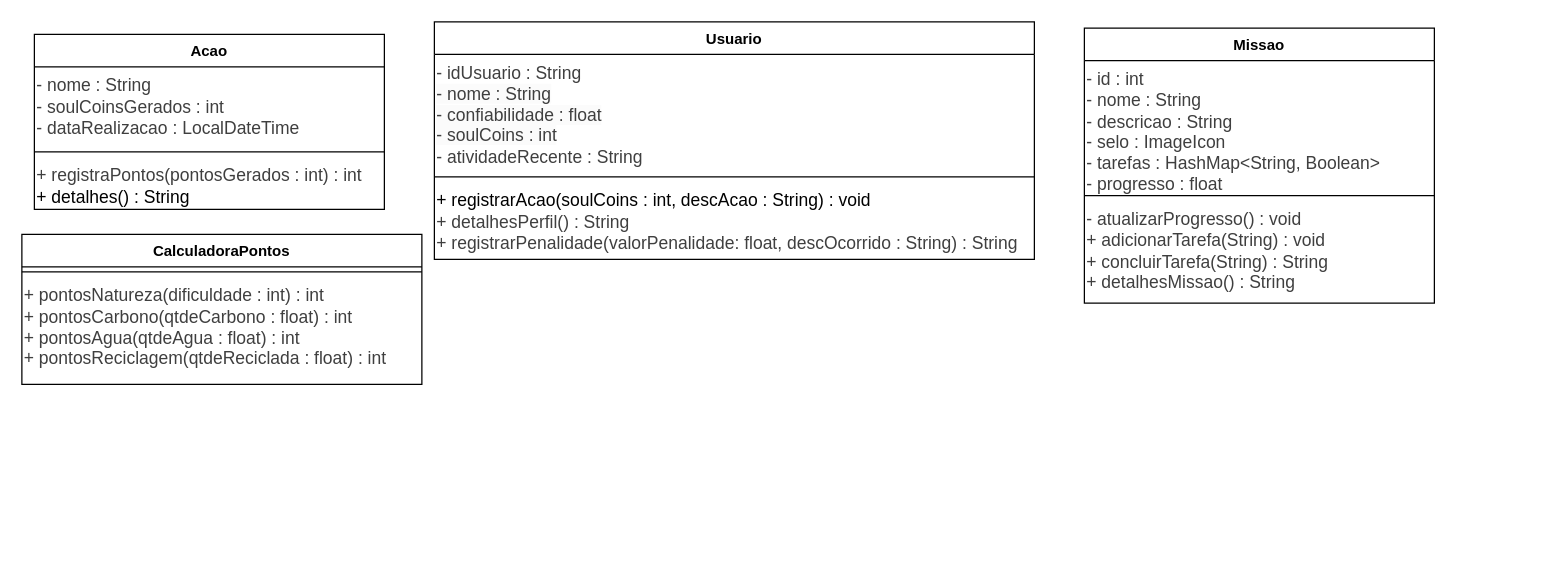
SolConTech/ecoscore-java-db keeps this draw.io diagram as diagrams/diagrama-classes.drawio. Above is the earlier version. Source tidied: cells renumbered, new cells numbered last; positions are measured from the earlier drawing's top-left corner, leaving out a move shared by most shapes. Both pictures are drawn from the tidied source at 125%, with x=0, y=0 at pixel (21, 21).
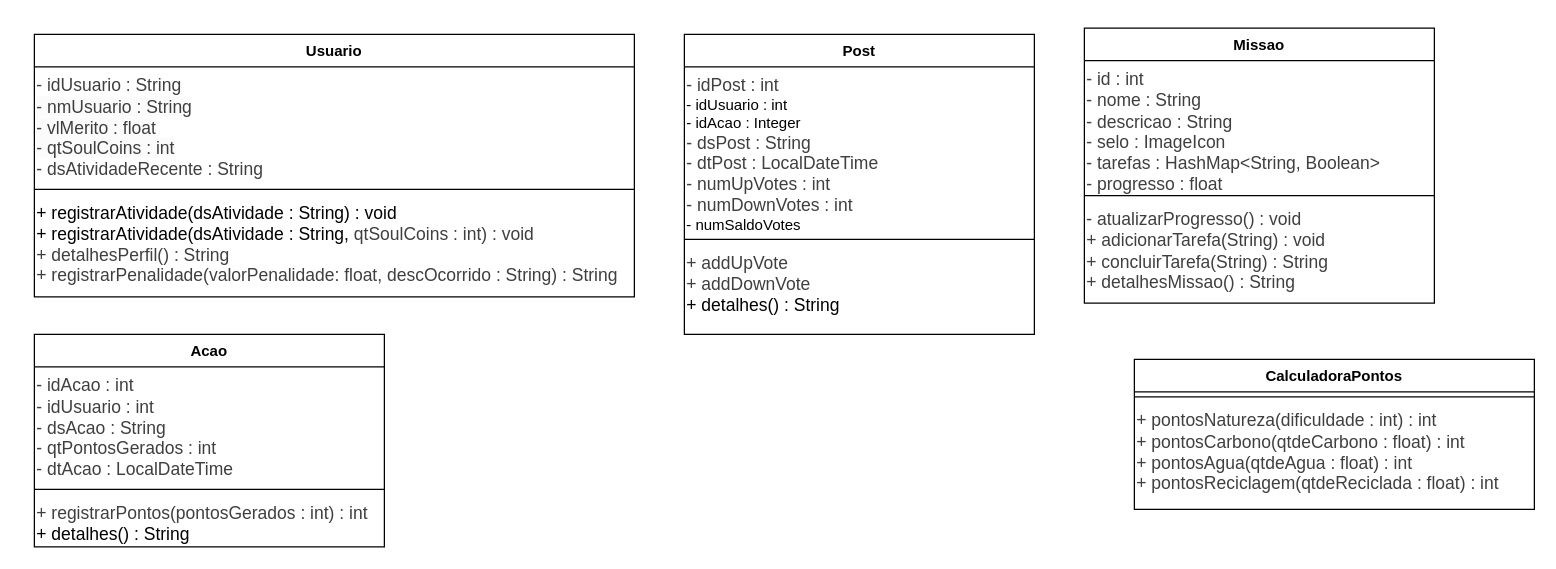
The same diagram, later.

What changed in the source:
```diff
@@
     <mxCell id="2" value="Usuario" style="swimlane;fontStyle=1;align=center;verticalAlign=top;horizontal=1;startSize=26;whiteSpace=wrap;html=1;" parent="1" vertex="1">
-      <mxGeometry x="330" width="480" height="190" as="geometry" />
+      <mxGeometry x="10" y="10" width="480" height="210" as="geometry" />
     </mxCell>
-    <mxCell id="3" value="&lt;div&gt;&lt;span style=&quot;color: rgb(63, 63, 63); font-size: 14px;&quot;&gt;- idUsuario : String&lt;/span&gt;&lt;span style=&quot;background-color: light-dark(#ffffff, var(--ge-dark-color, #121212));&quot;&gt;&lt;span style=&quot;color: rgb(63, 63, 63); font-family: Helvetica; font-size: 14px; font-style: normal; font-variant-ligatures: normal; font-variant-caps: normal; letter-spacing: normal; orphans: 2; text-align: -webkit-left; text-indent: 0px; text-transform: none; widows: 2; word-spacing: 0px; -webkit-text-stroke-width: 0px; white-space: normal; text-decoration-thickness: initial; text-decoration-style: initial; text-decoration-color: initial; float: none; background-color: rgb(251, 251, 251); display: inline !important;&quot;&gt;&lt;/span&gt;&lt;/span&gt;&lt;/div&gt;&lt;span style=&quot;background-color: light-dark(#ffffff, var(--ge-dark-color, #121212));&quot;&gt;&lt;span style=&quot;color: rgb(63, 63, 63); font-family: Helvetica; font-size: 14px; font-style: normal; font-variant-ligatures: normal; font-variant-caps: normal; letter-spacing: normal; orphans: 2; text-align: -webkit-left; text-indent: 0px; text-transform: none; widows: 2; word-spacing: 0px; -webkit-text-stroke-width: 0px; white-space: normal; text-decoration-thickness: initial; text-decoration-style: initial; text-decoration-color: initial; float: none; background-color: rgb(251, 251, 251); display: inline !important;&quot;&gt;- nome : String&lt;/span&gt;&lt;br style=&quot;forced-color-adjust: none; color: rgb(63, 63, 63); scrollbar-color: rgb(226, 226, 226) rgb(251, 251, 251); font-family: Helvetica; font-size: 14px; font-style: normal; font-variant-ligatures: normal; font-variant-caps: normal; letter-spacing: normal; orphans: 2; text-align: -webkit-left; text-indent: 0px; text-transform: none; widows: 2; word-spacing: 0px; -webkit-text-stroke-width: 0px; white-space: normal; text-decoration-thickness: initial; text-decoration-style: initial; text-decoration-color: initial; background-color: rgb(251, 251, 251);&quot;&gt;&lt;span style=&quot;color: rgb(63, 63, 63); font-family: Helvetica; font-size: 14px; font-style: normal; font-variant-ligatures: normal; font-variant-caps: normal; letter-spacing: normal; orphans: 2; text-align: -webkit-left; text-indent: 0px; text-transform: none; widows: 2; word-spacing: 0px; -webkit-text-stroke-width: 0px; white-space: normal; text-decoration-thickness: initial; text-decoration-style: initial; text-decoration-color: initial; float: none; background-color: rgb(251, 251, 251); display: inline !important;&quot;&gt;- confiabilidade : float&lt;/span&gt;&lt;br style=&quot;forced-color-adjust: none; color: rgb(63, 63, 63); scrollbar-color: rgb(226, 226, 226) rgb(251, 251, 251); font-family: Helvetica; font-size: 14px; font-style: normal; font-variant-ligatures: normal; font-variant-caps: normal; letter-spacing: normal; orphans: 2; text-align: -webkit-left; text-indent: 0px; text-transform: none; widows: 2; word-spacing: 0px; -webkit-text-stroke-width: 0px; white-space: normal; text-decoration-thickness: initial; text-decoration-style: initial; text-decoration-color: initial; background-color: rgb(251, 251, 251);&quot;&gt;&lt;span style=&quot;color: rgb(63, 63, 63); font-family: Helvetica; font-size: 14px; font-style: normal; font-variant-ligatures: normal; font-variant-caps: normal; letter-spacing: normal; orphans: 2; text-align: -webkit-left; text-indent: 0px; text-transform: none; widows: 2; word-spacing: 0px; -webkit-text-stroke-width: 0px; white-space: normal; text-decoration-thickness: initial; text-decoration-style: initial; text-decoration-color: initial; float: none; background-color: rgb(251, 251, 251); display: inline !important;&quot;&gt;- soulCoins : int&lt;/span&gt;&lt;/span&gt;&lt;div&gt;&lt;div&gt;&lt;span style=&quot;color: rgb(63, 63, 63); font-family: Helvetica; font-size: 14px; font-style: normal; font-variant-ligatures: normal; font-variant-caps: normal; letter-spacing: normal; orphans: 2; text-align: -webkit-left; text-indent: 0px; text-transform: none; widows: 2; word-spacing: 0px; -webkit-text-stroke-width: 0px; white-space: normal; text-decoration-thickness: initial; text-decoration-style: initial; text-decoration-color: initial; float: none; background-color: light-dark(#ffffff, var(--ge-dark-color, #121212)); display: inline !important;&quot;&gt;- atividadeRecente : String&lt;/span&gt;&lt;/div&gt;&lt;/div&gt;" style="text;whiteSpace=wrap;html=1;" parent="2" vertex="1">
+    <mxCell id="3" value="&lt;div&gt;&lt;span style=&quot;color: rgb(63, 63, 63); font-size: 14px;&quot;&gt;- idUsuario : String&lt;/span&gt;&lt;span style=&quot;background-color: light-dark(#ffffff, var(--ge-dark-color, #121212));&quot;&gt;&lt;span style=&quot;color: rgb(63, 63, 63); font-family: Helvetica; font-size: 14px; font-style: normal; font-variant-ligatures: normal; font-variant-caps: normal; letter-spacing: normal; orphans: 2; text-align: -webkit-left; text-indent: 0px; text-transform: none; widows: 2; word-spacing: 0px; -webkit-text-stroke-width: 0px; white-space: normal; text-decoration-thickness: initial; text-decoration-style: initial; text-decoration-color: initial; float: none; background-color: rgb(251, 251, 251); display: inline !important;&quot;&gt;&lt;/span&gt;&lt;/span&gt;&lt;/div&gt;&lt;span style=&quot;background-color: light-dark(#ffffff, var(--ge-dark-color, #121212));&quot;&gt;&lt;span style=&quot;color: rgb(63, 63, 63); font-family: Helvetica; font-size: 14px; font-style: normal; font-variant-ligatures: normal; font-variant-caps: normal; letter-spacing: normal; orphans: 2; text-align: -webkit-left; text-indent: 0px; text-transform: none; widows: 2; word-spacing: 0px; -webkit-text-stroke-width: 0px; white-space: normal; text-decoration-thickness: initial; text-decoration-style: initial; text-decoration-color: initial; float: none; background-color: rgb(251, 251, 251); display: inline !important;&quot;&gt;- nmUsuario : String&lt;/span&gt;&lt;br style=&quot;forced-color-adjust: none; color: rgb(63, 63, 63); scrollbar-color: rgb(226, 226, 226) rgb(251, 251, 251); font-family: Helvetica; font-size: 14px; font-style: normal; font-variant-ligatures: normal; font-variant-caps: normal; letter-spacing: normal; orphans: 2; text-align: -webkit-left; text-indent: 0px; text-transform: none; widows: 2; word-spacing: 0px; -webkit-text-stroke-width: 0px; white-space: normal; text-decoration-thickness: initial; text-decoration-style: initial; text-decoration-color: initial; background-color: rgb(251, 251, 251);&quot;&gt;&lt;span style=&quot;color: rgb(63, 63, 63); font-family: Helvetica; font-size: 14px; font-style: normal; font-variant-ligatures: normal; font-variant-caps: normal; letter-spacing: normal; orphans: 2; text-align: -webkit-left; text-indent: 0px; text-transform: none; widows: 2; word-spacing: 0px; -webkit-text-stroke-width: 0px; white-space: normal; text-decoration-thickness: initial; text-decoration-style: initial; text-decoration-color: initial; float: none; background-color: rgb(251, 251, 251); display: inline !important;&quot;&gt;- vlMerito : float&lt;/span&gt;&lt;br style=&quot;forced-color-adjust: none; color: rgb(63, 63, 63); scrollbar-color: rgb(226, 226, 226) rgb(251, 251, 251); font-family: Helvetica; font-size: 14px; font-style: normal; font-variant-ligatures: normal; font-variant-caps: normal; letter-spacing: normal; orphans: 2; text-align: -webkit-left; text-indent: 0px; text-transform: none; widows: 2; word-spacing: 0px; -webkit-text-stroke-width: 0px; white-space: normal; text-decoration-thickness: initial; text-decoration-style: initial; text-decoration-color: initial; background-color: rgb(251, 251, 251);&quot;&gt;&lt;span style=&quot;color: rgb(63, 63, 63); font-family: Helvetica; font-size: 14px; font-style: normal; font-variant-ligatures: normal; font-variant-caps: normal; letter-spacing: normal; orphans: 2; text-align: -webkit-left; text-indent: 0px; text-transform: none; widows: 2; word-spacing: 0px; -webkit-text-stroke-width: 0px; white-space: normal; text-decoration-thickness: initial; text-decoration-style: initial; text-decoration-color: initial; float: none; background-color: rgb(251, 251, 251); display: inline !important;&quot;&gt;- qtSoulCoins : int&lt;/span&gt;&lt;/span&gt;&lt;div&gt;&lt;div&gt;&lt;span style=&quot;color: rgb(63, 63, 63); font-family: Helvetica; font-size: 14px; font-style: normal; font-variant-ligatures: normal; font-variant-caps: normal; letter-spacing: normal; orphans: 2; text-align: -webkit-left; text-indent: 0px; text-transform: none; widows: 2; word-spacing: 0px; -webkit-text-stroke-width: 0px; white-space: normal; text-decoration-thickness: initial; text-decoration-style: initial; text-decoration-color: initial; float: none; background-color: light-dark(#ffffff, var(--ge-dark-color, #121212)); display: inline !important;&quot;&gt;- dsAtividadeRecente : String&lt;/span&gt;&lt;/div&gt;&lt;/div&gt;" style="text;whiteSpace=wrap;html=1;" parent="2" vertex="1">
       <mxGeometry y="26" width="480" height="94" as="geometry" />
     </mxCell>
@@
-    <mxCell id="5" value="&lt;div&gt;&lt;span style=&quot;background-color: light-dark(#ffffff, var(--ge-dark-color, #121212)); font-size: 14px;&quot;&gt;+ registrarAcao(soulCoins : int, descAcao : String) : void&lt;/span&gt;&lt;/div&gt;&lt;div&gt;&lt;div&gt;&lt;span style=&quot;color: rgb(63, 63, 63); font-family: Helvetica; font-size: 14px; font-style: normal; font-variant-ligatures: normal; font-variant-caps: normal; letter-spacing: normal; orphans: 2; text-align: -webkit-left; text-indent: 0px; text-transform: none; widows: 2; word-spacing: 0px; -webkit-text-stroke-width: 0px; white-space: normal; text-decoration-thickness: initial; text-decoration-style: initial; text-decoration-color: initial; float: none; background-color: light-dark(#ffffff, var(--ge-dark-color, #121212)); display: inline !important;&quot;&gt;+ detalhesPerfil() : String&lt;/span&gt;&lt;/div&gt;&lt;/div&gt;&lt;div&gt;&lt;span style=&quot;color: rgb(63, 63, 63); font-family: Helvetica; font-size: 14px; font-style: normal; font-variant-ligatures: normal; font-variant-caps: normal; letter-spacing: normal; orphans: 2; text-align: -webkit-left; text-indent: 0px; text-transform: none; widows: 2; word-spacing: 0px; -webkit-text-stroke-width: 0px; white-space: normal; text-decoration-thickness: initial; text-decoration-style: initial; text-decoration-color: initial; float: none; background-color: light-dark(#ffffff, var(--ge-dark-color, #121212)); display: inline !important;&quot;&gt;+ registrarPenalidade(valorPenalidade: float, descOcorrido : String) : String&lt;/span&gt;&lt;/div&gt;" style="text;whiteSpace=wrap;html=1;" parent="2" vertex="1">
-      <mxGeometry y="128" width="480" height="62" as="geometry" />
+    <mxCell id="5" value="&lt;div&gt;&lt;span style=&quot;background-color: light-dark(#ffffff, var(--ge-dark-color, #121212)); font-size: 14px;&quot;&gt;+ registrarAtividade(dsAtividade : String) : void&lt;/span&gt;&lt;/div&gt;&lt;div&gt;&lt;span style=&quot;background-color: light-dark(#ffffff, var(--ge-dark-color, #121212)); font-size: 14px;&quot;&gt;+ registrarAtividade(dsAtividade : String,&amp;nbsp;&lt;/span&gt;&lt;span style=&quot;background-color: rgb(255, 255, 255); color: rgb(63, 63, 63); font-size: 14px;&quot;&gt;qtSoulCoins : int&lt;/span&gt;&lt;span style=&quot;background-color: light-dark(#ffffff, var(--ge-dark-color, #121212)); color: rgb(63, 63, 63); font-size: 14px;&quot;&gt;) : void&lt;/span&gt;&lt;/div&gt;&lt;div&gt;&lt;div&gt;&lt;span style=&quot;color: rgb(63, 63, 63); font-family: Helvetica; font-size: 14px; font-style: normal; font-variant-ligatures: normal; font-variant-caps: normal; letter-spacing: normal; orphans: 2; text-align: -webkit-left; text-indent: 0px; text-transform: none; widows: 2; word-spacing: 0px; -webkit-text-stroke-width: 0px; white-space: normal; text-decoration-thickness: initial; text-decoration-style: initial; text-decoration-color: initial; float: none; background-color: light-dark(#ffffff, var(--ge-dark-color, #121212)); display: inline !important;&quot;&gt;+ detalhesPerfil() : String&lt;/span&gt;&lt;/div&gt;&lt;/div&gt;&lt;div&gt;&lt;span style=&quot;color: rgb(63, 63, 63); font-family: Helvetica; font-size: 14px; font-style: normal; font-variant-ligatures: normal; font-variant-caps: normal; letter-spacing: normal; orphans: 2; text-align: -webkit-left; text-indent: 0px; text-transform: none; widows: 2; word-spacing: 0px; -webkit-text-stroke-width: 0px; white-space: normal; text-decoration-thickness: initial; text-decoration-style: initial; text-decoration-color: initial; float: none; background-color: light-dark(#ffffff, var(--ge-dark-color, #121212)); display: inline !important;&quot;&gt;+ registrarPenalidade(valorPenalidade: float, descOcorrido : String) : String&lt;/span&gt;&lt;/div&gt;" style="text;whiteSpace=wrap;html=1;" parent="2" vertex="1">
+      <mxGeometry y="128" width="480" height="82" as="geometry" />
     </mxCell>
     <mxCell id="6" value="Acao" style="swimlane;fontStyle=1;align=center;verticalAlign=top;horizontal=1;startSize=26;whiteSpace=wrap;html=1;" parent="1" vertex="1">
-      <mxGeometry x="10" y="10" width="280" height="140" as="geometry" />
+      <mxGeometry x="10" y="250" width="280" height="170" as="geometry" />
     </mxCell>
-    <mxCell id="7" value="&lt;font color=&quot;#000000&quot;&gt;&lt;span style=&quot;font-size: 14px; color: rgb(63, 63, 63);&quot;&gt;- nome : String&lt;/span&gt;&lt;br style=&quot;scrollbar-color: rgb(226, 226, 226) rgb(251, 251, 251); font-size: 14px; color: rgb(63, 63, 63);&quot;&gt;&lt;span style=&quot;font-size: 14px; color: rgb(63, 63, 63);&quot;&gt;- soulCoinsGerados : int&lt;/span&gt;&lt;br style=&quot;scrollbar-color: rgb(226, 226, 226) rgb(251, 251, 251); font-size: 14px; color: rgb(63, 63, 63);&quot;&gt;&lt;span style=&quot;font-size: 14px; color: rgb(63, 63, 63);&quot;&gt;- dataRealizacao : LocalDateTime&lt;/span&gt;&lt;/font&gt;" style="text;whiteSpace=wrap;html=1;" parent="6" vertex="1">
-      <mxGeometry y="26" width="280" height="64" as="geometry" />
+    <mxCell id="7" value="&lt;div&gt;&lt;font color=&quot;#000000&quot;&gt;&lt;span style=&quot;font-size: 14px; color: rgb(63, 63, 63);&quot;&gt;- idAcao : int&lt;/span&gt;&lt;/font&gt;&lt;/div&gt;&lt;div&gt;&lt;font color=&quot;#000000&quot;&gt;&lt;span style=&quot;font-size: 14px; color: rgb(63, 63, 63);&quot;&gt;- idUsuario : int&lt;/span&gt;&lt;/font&gt;&lt;/div&gt;&lt;font color=&quot;#000000&quot;&gt;&lt;span style=&quot;font-size: 14px; color: rgb(63, 63, 63);&quot;&gt;- dsAcao : String&lt;/span&gt;&lt;br style=&quot;scrollbar-color: rgb(226, 226, 226) rgb(251, 251, 251); font-size: 14px; color: rgb(63, 63, 63);&quot;&gt;&lt;span style=&quot;font-size: 14px; color: rgb(63, 63, 63);&quot;&gt;- qtPontosGerados : int&lt;/span&gt;&lt;br style=&quot;scrollbar-color: rgb(226, 226, 226) rgb(251, 251, 251); font-size: 14px; color: rgb(63, 63, 63);&quot;&gt;&lt;span style=&quot;font-size: 14px; color: rgb(63, 63, 63);&quot;&gt;- dtAcao : LocalDateTime&lt;/span&gt;&lt;/font&gt;" style="text;whiteSpace=wrap;html=1;" parent="6" vertex="1">
+      <mxGeometry y="26" width="280" height="94" as="geometry" />
     </mxCell>
     <mxCell id="8" style="line;strokeWidth=1;fillColor=none;align=left;verticalAlign=middle;spacingTop=-1;spacingLeft=3;spacingRight=3;labelPosition=right;strokeColor=inherit;" parent="6" vertex="1">
-      <mxGeometry y="90" width="280" height="8" as="geometry" />
+      <mxGeometry y="120" width="280" height="8" as="geometry" />
     </mxCell>
-    <mxCell id="9" value="&lt;div style=&quot;scrollbar-color: rgb(226, 226, 226) rgb(251, 251, 251); color: rgb(63, 63, 63);&quot;&gt;&lt;font color=&quot;#000000&quot;&gt;&lt;span style=&quot;scrollbar-color: rgb(226, 226, 226) rgb(251, 251, 251); font-size: 14px; color: rgb(63, 63, 63);&quot;&gt;+ registra&lt;span style=&quot;scrollbar-color: rgb(226, 226, 226) rgb(251, 251, 251); color: rgb(63, 63, 63);&quot;&gt;Pontos&lt;/span&gt;(&lt;/span&gt;&lt;span style=&quot;scrollbar-color: rgb(226, 226, 226) rgb(251, 251, 251); background-color: transparent; font-size: 14px; color: rgb(63, 63, 63);&quot;&gt;pontosGerados : int&lt;/span&gt;&lt;span style=&quot;scrollbar-color: rgb(226, 226, 226) rgb(251, 251, 251); background-color: transparent; font-size: 14px; color: rgb(63, 63, 63);&quot;&gt;) : int&lt;/span&gt;&lt;/font&gt;&lt;/div&gt;&lt;span style=&quot;scrollbar-color: rgb(226, 226, 226) rgb(251, 251, 251); font-size: 14px; color: rgb(63, 63, 63);&quot;&gt;&lt;font color=&quot;#000000&quot;&gt;+ detalhes() : String&lt;/font&gt;&lt;/span&gt;" style="text;whiteSpace=wrap;html=1;" parent="6" vertex="1">
-      <mxGeometry y="98" width="280" height="42" as="geometry" />
+    <mxCell id="9" value="&lt;div style=&quot;scrollbar-color: rgb(226, 226, 226) rgb(251, 251, 251); color: rgb(63, 63, 63);&quot;&gt;&lt;font color=&quot;#000000&quot;&gt;&lt;span style=&quot;scrollbar-color: rgb(226, 226, 226) rgb(251, 251, 251); font-size: 14px; color: rgb(63, 63, 63);&quot;&gt;+ registrar&lt;span style=&quot;scrollbar-color: rgb(226, 226, 226) rgb(251, 251, 251); color: rgb(63, 63, 63);&quot;&gt;Pontos&lt;/span&gt;(&lt;/span&gt;&lt;span style=&quot;scrollbar-color: rgb(226, 226, 226) rgb(251, 251, 251); background-color: transparent; font-size: 14px; color: rgb(63, 63, 63);&quot;&gt;pontosGerados : int&lt;/span&gt;&lt;span style=&quot;scrollbar-color: rgb(226, 226, 226) rgb(251, 251, 251); background-color: transparent; font-size: 14px; color: rgb(63, 63, 63);&quot;&gt;) : int&lt;/span&gt;&lt;/font&gt;&lt;/div&gt;&lt;span style=&quot;scrollbar-color: rgb(226, 226, 226) rgb(251, 251, 251); font-size: 14px; color: rgb(63, 63, 63);&quot;&gt;&lt;font color=&quot;#000000&quot;&gt;+ detalhes() : String&lt;/font&gt;&lt;/span&gt;" style="text;whiteSpace=wrap;html=1;" parent="6" vertex="1">
+      <mxGeometry y="128" width="280" height="42" as="geometry" />
     </mxCell>
     <mxCell id="10" value="CalculadoraPontos" style="swimlane;fontStyle=1;align=center;verticalAlign=top;horizontal=1;startSize=26;whiteSpace=wrap;html=1;" parent="1" vertex="1">
-      <mxGeometry y="170" width="320" height="120" as="geometry" />
+      <mxGeometry x="890" y="270" width="320" height="120" as="geometry" />
     </mxCell>
@@
+    <mxCell id="17" value="Post" style="swimlane;fontStyle=1;align=center;verticalAlign=top;horizontal=1;startSize=26;whiteSpace=wrap;html=1;" parent="1" vertex="1">
+      <mxGeometry x="530" y="10" width="280" height="240" as="geometry" />
+    </mxCell>
+    <mxCell id="18" value="&lt;font color=&quot;#000000&quot;&gt;&lt;span style=&quot;font-size: 14px; color: rgb(63, 63, 63);&quot;&gt;- idPost : int&lt;/span&gt;&lt;/font&gt;&lt;div&gt;&lt;font color=&quot;#000000&quot;&gt;- idUsuario : int&lt;/font&gt;&lt;/div&gt;&lt;div&gt;&lt;font color=&quot;#000000&quot;&gt;&lt;font color=&quot;#000000&quot;&gt;- idAcao : Integer&lt;br style=&quot;scrollbar-color: rgb(226, 226, 226) rgb(251, 251, 251); color: rgb(63, 63, 63);&quot;&gt;&lt;/font&gt;&lt;span style=&quot;color: rgb(63, 63, 63); font-size: 14px;&quot;&gt;- dsPost : String&lt;/span&gt;&lt;br style=&quot;scrollbar-color: rgb(226, 226, 226) rgb(251, 251, 251); font-size: 14px; color: rgb(63, 63, 63);&quot;&gt;&lt;span style=&quot;color: rgb(63, 63, 63); font-size: 14px;&quot;&gt;- dtPost : LocalDateTime&lt;/span&gt;&lt;/font&gt;&lt;/div&gt;&lt;div&gt;&lt;font color=&quot;#000000&quot;&gt;&lt;span style=&quot;color: rgb(63, 63, 63); font-size: 14px;&quot;&gt;- numUpVotes : int&lt;/span&gt;&lt;/font&gt;&lt;/div&gt;&lt;div&gt;&lt;font color=&quot;#000000&quot;&gt;&lt;span style=&quot;color: rgb(63, 63, 63); font-size: 14px;&quot;&gt;- numDownVotes : int&lt;/span&gt;&lt;/font&gt;&lt;/div&gt;&lt;div&gt;- numSaldoVotes&lt;/div&gt;" style="text;whiteSpace=wrap;html=1;" parent="17" vertex="1">
+      <mxGeometry y="26" width="280" height="134" as="geometry" />
+    </mxCell>
+    <mxCell id="19" style="line;strokeWidth=1;fillColor=none;align=left;verticalAlign=middle;spacingTop=-1;spacingLeft=3;spacingRight=3;labelPosition=right;strokeColor=inherit;" parent="17" vertex="1">
+      <mxGeometry y="160" width="280" height="8" as="geometry" />
+    </mxCell>
+    <mxCell id="20" value="&lt;div style=&quot;scrollbar-color: rgb(226, 226, 226) rgb(251, 251, 251); color: rgb(63, 63, 63);&quot;&gt;&lt;font color=&quot;#000000&quot;&gt;&lt;span style=&quot;scrollbar-color: rgb(226, 226, 226) rgb(251, 251, 251); font-size: 14px; color: rgb(63, 63, 63);&quot;&gt;+ addUpVote&lt;/span&gt;&lt;/font&gt;&lt;/div&gt;&lt;div style=&quot;scrollbar-color: rgb(226, 226, 226) rgb(251, 251, 251); color: rgb(63, 63, 63);&quot;&gt;&lt;span style=&quot;font-size: 14px;&quot;&gt;+ addDownVote&lt;/span&gt;&lt;/div&gt;&lt;span style=&quot;scrollbar-color: rgb(226, 226, 226) rgb(251, 251, 251); font-size: 14px; color: rgb(63, 63, 63);&quot;&gt;&lt;font color=&quot;#000000&quot;&gt;+ detalhes() : String&lt;/font&gt;&lt;/span&gt;" style="text;whiteSpace=wrap;html=1;" parent="17" vertex="1">
+      <mxGeometry y="168" width="280" height="72" as="geometry" />
+    </mxCell>
```
